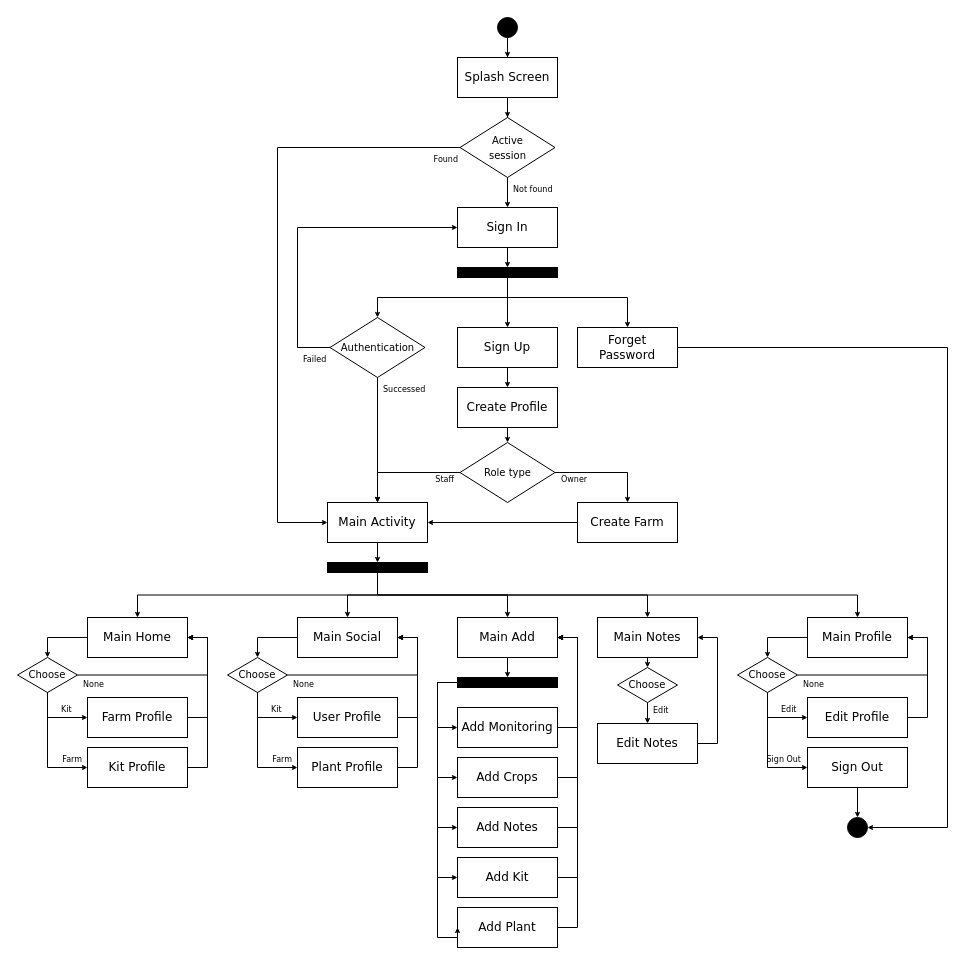
This is page "Activity Diagram" (4 of 4) of documentation/Diagram.drawio from fdhasna21/AndroidStudio-Nydrobionics, a draw.io file, before an edit. Source tidied: cells renumbered, new cells numbered last; positions are measured from the earlier drawing's top-left corner, leaving out a move shared by most shapes. Both pictures are drawn from the tidied source at 100%, with x=0, y=0 at pixel (17, 17).
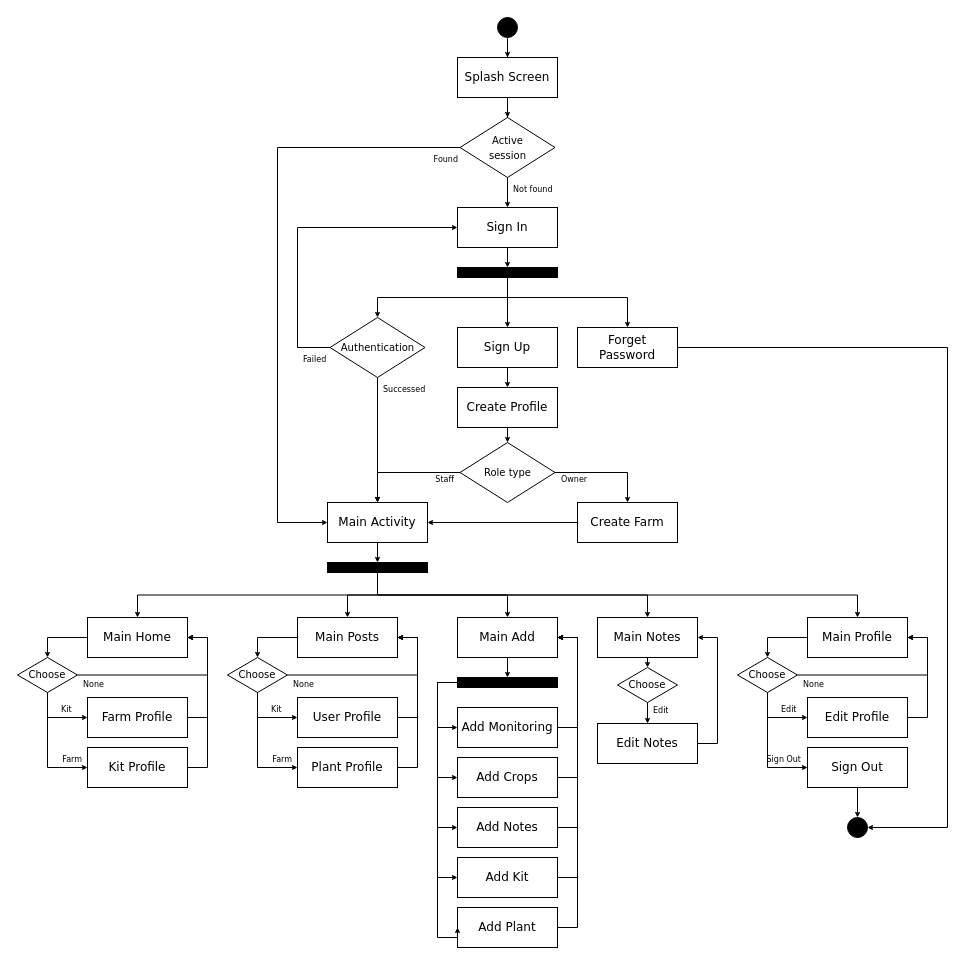
The same page after the edit.

Unchanged cells that the change refers to:
```xml
<mxCell id="71" style="group;" parent="1" vertex="1">
  <mxGeometry x="210" y="600" width="190" height="170" as="geometry" />
</mxCell>
```

Diff of the diagram source:
```diff
@@
-    <mxCell id="72" value="Main Social" style="rounded=0;whiteSpace=wrap;html=1;labelBackgroundColor=none;hachureGap=4;fontFamily=Verdana;fontSize=12;fillColor=none;align=center;verticalAlign=middle;fontStyle=0;" parent="71" vertex="1">
+    <mxCell id="72" value="Main Posts" style="rounded=0;whiteSpace=wrap;html=1;labelBackgroundColor=none;hachureGap=4;fontFamily=Verdana;fontSize=12;fillColor=none;align=center;verticalAlign=middle;fontStyle=0;" parent="71" vertex="1">
       <mxGeometry x="70" width="100" height="40" as="geometry" />
     </mxCell>
```
